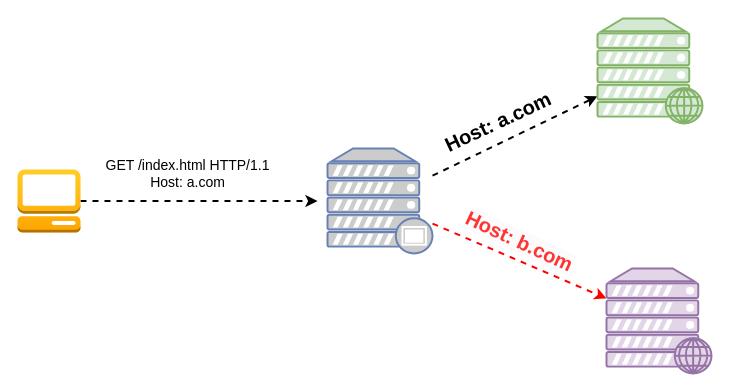
The draw.io diagram http/1.1-host.drawio in auula/draw.io, before the edit. Source tidied: cells renumbered, new cells numbered last; positions are measured from the earlier drawing's top-left corner, leaving out a move shared by most shapes. Both pictures are drawn from the tidied source at 100%, with x=0, y=0 at pixel (17, 18).
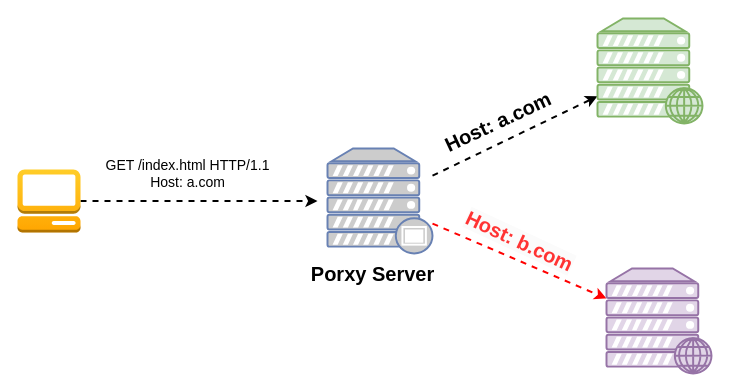
The same page after the edit.

Change to the diagram source:
```diff
@@
 <mxGraphModel>
   <root>
     <mxCell id="0" />
     <mxCell id="1" parent="0" />
     <mxCell id="2" style="rounded=0;jettySize=auto;html=1;strokeWidth=2;dashed=1;" parent="1" edge="1" source="4" target="5">
       <mxGeometry relative="1" as="geometry" />
     </mxCell>
     <mxCell id="3" style="rounded=0;jettySize=auto;html=1;strokeWidth=2;dashed=1;fillColor=#e51400;strokeColor=#FF0000;" parent="1" edge="1" source="4" target="6">
       <mxGeometry relative="1" as="geometry" />
     </mxCell>
     <mxCell id="4" style="fontColor=#0066CC;verticalAlign=top;verticalLabelPosition=bottom;labelPosition=center;align=center;html=1;outlineConnect=0;fillColor=#CCCCCC;strokeColor=#6881B3;gradientColor=none;gradientDirection=north;strokeWidth=2;shape=mxgraph.networks.proxy_server;" parent="1" vertex="1">
       <mxGeometry x="310" y="130" width="105" height="105" as="geometry" />
     </mxCell>
     <mxCell id="5" style="verticalAlign=top;verticalLabelPosition=bottom;labelPosition=center;align=center;html=1;outlineConnect=0;fillColor=#d5e8d4;strokeColor=#82b366;gradientDirection=north;strokeWidth=2;shape=mxgraph.networks.web_server;" parent="1" vertex="1">
       <mxGeometry x="580" width="105" height="105" as="geometry" />
     </mxCell>
     <mxCell id="6" style="verticalAlign=top;verticalLabelPosition=bottom;labelPosition=center;align=center;html=1;outlineConnect=0;fillColor=#e1d5e7;strokeColor=#9673a6;gradientDirection=north;strokeWidth=2;shape=mxgraph.networks.web_server;" parent="1" vertex="1">
       <mxGeometry x="589" y="250" width="105" height="105" as="geometry" />
     </mxCell>
     <mxCell id="7" value="&lt;b style=&quot;border-color: var(--border-color); font-size: 20px;&quot;&gt;Host: a.com&lt;/b&gt;" style="text;html=1;align=center;verticalAlign=middle;strokeColor=none;fillColor=none;rotation=-25;" parent="1" vertex="1">
       <mxGeometry x="410" y="83" width="140" height="40" as="geometry" />
     </mxCell>
     <mxCell id="8" value="&lt;b style=&quot;border-color: var(--border-color); font-family: Helvetica; font-size: 20px; font-style: normal; font-variant-ligatures: normal; font-variant-caps: normal; letter-spacing: normal; orphans: 2; text-align: center; text-indent: 0px; text-transform: none; widows: 2; word-spacing: 0px; -webkit-text-stroke-width: 0px; background-color: rgb(251, 251, 251); text-decoration-thickness: initial; text-decoration-style: initial; text-decoration-color: initial;&quot;&gt;&lt;font color=&quot;#ff3333&quot;&gt;Host: b.com&lt;/font&gt;&lt;/b&gt;" style="text;whiteSpace=wrap;html=1;rotation=25;" parent="1" vertex="1">
       <mxGeometry x="439" y="210" width="150" height="50" as="geometry" />
     </mxCell>
     <mxCell id="9" style="edgeStyle=orthogonalEdgeStyle;rounded=0;jettySize=auto;html=1;strokeWidth=2;dashed=1;" parent="1" edge="1" source="10">
       <mxGeometry relative="1" as="geometry">
         <mxPoint x="300" y="182.5" as="targetPoint" />
       </mxGeometry>
     </mxCell>
     <mxCell id="10" style="outlineConnect=0;dashed=0;verticalLabelPosition=bottom;verticalAlign=top;align=center;html=1;shape=mxgraph.aws3.management_console;fillColor=#ffcd28;strokeColor=#d79b00;gradientColor=#ffa500;" parent="1" vertex="1">
       <mxGeometry y="151" width="63" height="63" as="geometry" />
     </mxCell>
     <mxCell id="11" value="&lt;font style=&quot;font-size: 14px;&quot;&gt;GET /index.html HTTP/1.1&lt;br&gt;Host: a.com&lt;/font&gt;" style="text;html=1;align=center;verticalAlign=middle;strokeColor=none;fillColor=none;" parent="1" vertex="1">
       <mxGeometry x="75" y="130" width="190" height="50" as="geometry" />
     </mxCell>
+    <mxCell id="12" value="&lt;b&gt;&lt;font style=&quot;font-size: 20px;&quot;&gt;Porxy Server&lt;/font&gt;&lt;/b&gt;" style="text;html=1;align=center;verticalAlign=middle;strokeColor=none;fillColor=none;" parent="1" vertex="1">
+      <mxGeometry x="280" y="235" width="150" height="40" as="geometry" />
+    </mxCell>
   </root>
 </mxGraphModel>
```
